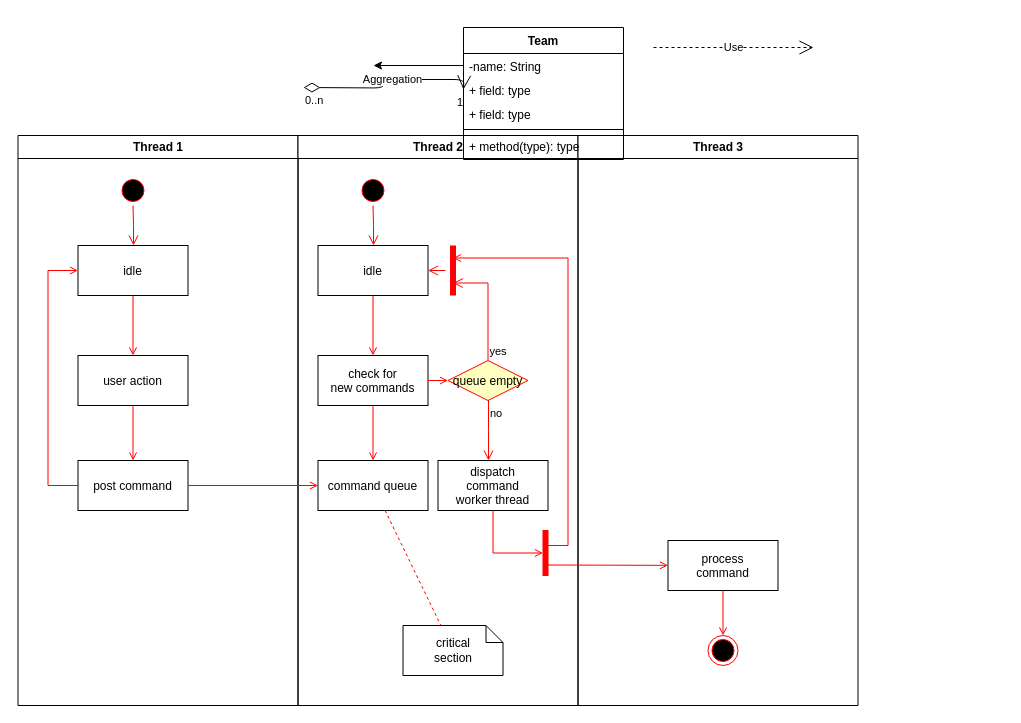
Earlier version of the draw.io diagram first.drawio (Roman-Polovtsev/Superleage). Source tidied: cells renumbered, new cells numbered last; positions are measured from the earlier drawing's top-left corner, leaving out a move shared by most shapes. Both pictures are drawn from the tidied source at 100%, with x=0, y=0 at pixel (17, 27).
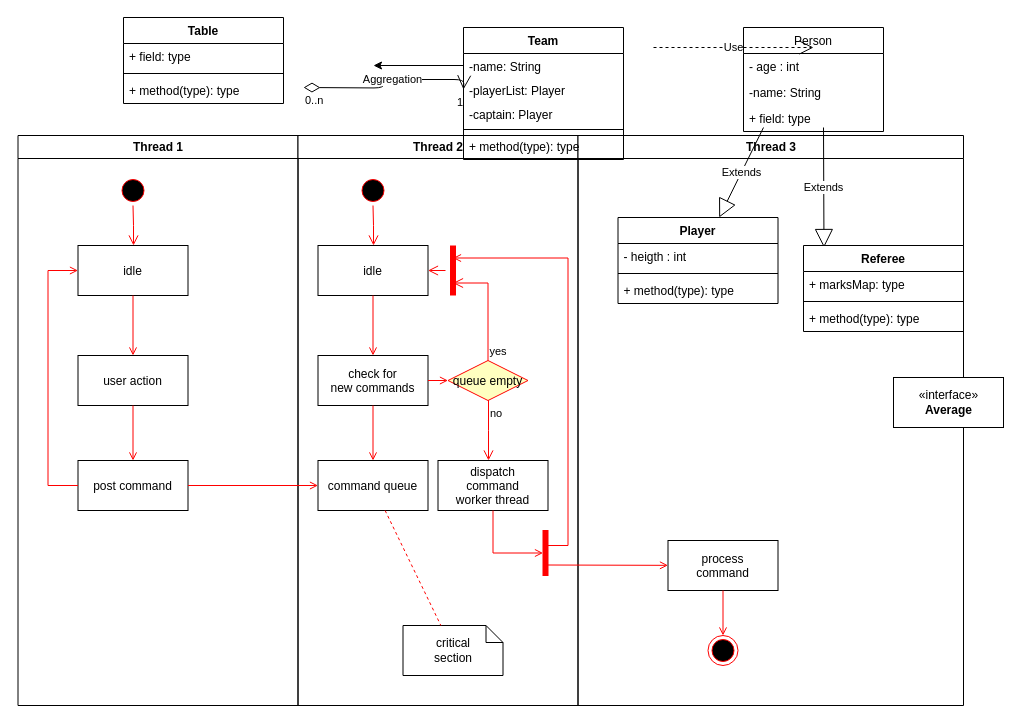
The same page after the edit.

Commit message:
Added new classes and interface

The change refers to these unchanged cells:
```xml
<mxCell id="37" value="Team" style="swimlane;fontStyle=1;align=center;verticalAlign=top;horizontal=1;startSize=26;" parent="1" vertex="1">
  <mxGeometry x="446" width="160" height="132" as="geometry" />
</mxCell>
```

Diff of the diagram source:
```diff
@@
     <mxCell id="30" value="Thread 3" style="swimlane;whiteSpace=wrap;" parent="1" vertex="1">
-      <mxGeometry x="560.5" y="108" width="280" height="570" as="geometry" />
+      <mxGeometry x="560.5" y="108" width="385.5" height="570" as="geometry" />
     </mxCell>
@@
+    <mxCell id="48" value="Extends" style="endArrow=block;endSize=16;endFill=0;html=1;" parent="30" edge="1" target="49">
+      <mxGeometry relative="1" as="geometry">
+        <mxPoint x="185.5" y="-8" as="sourcePoint" />
+      </mxGeometry>
+    </mxCell>
+    <mxCell id="49" value="Player" style="swimlane;fontStyle=1;align=center;verticalAlign=top;horizontal=1;startSize=26;" parent="30" vertex="1">
+      <mxGeometry x="40" y="82" width="160" height="86" as="geometry" />
+    </mxCell>
+    <mxCell id="50" value="- heigth : int" style="text;strokeColor=none;fillColor=none;align=left;verticalAlign=top;spacingLeft=4;spacingRight=4;overflow=hidden;" parent="49" vertex="1">
+      <mxGeometry y="26" width="160" height="26" as="geometry" />
+    </mxCell>
+    <mxCell id="51" style="line;strokeWidth=1;fillColor=none;align=left;verticalAlign=middle;spacingTop=-1;spacingLeft=3;spacingRight=3;labelPosition=right;" parent="49" vertex="1">
+      <mxGeometry y="52" width="160" height="8" as="geometry" />
+    </mxCell>
+    <mxCell id="52" value="+ method(type): type" style="text;strokeColor=none;fillColor=none;align=left;verticalAlign=top;spacingLeft=4;spacingRight=4;overflow=hidden;" parent="49" vertex="1">
+      <mxGeometry y="60" width="160" height="26" as="geometry" />
+    </mxCell>
+    <mxCell id="53" value="Extends" style="endArrow=block;endSize=16;endFill=0;html=1;" parent="30" edge="1">
+      <mxGeometry relative="1" as="geometry">
+        <mxPoint x="245.5" y="-8" as="sourcePoint" />
+        <mxPoint x="246" y="112" as="targetPoint" />
+      </mxGeometry>
+    </mxCell>
+    <mxCell id="54" value="Referee" style="swimlane;fontStyle=1;align=center;verticalAlign=top;horizontal=1;startSize=26;" parent="30" vertex="1">
+      <mxGeometry x="225.5" y="110" width="160" height="86" as="geometry" />
+    </mxCell>
+    <mxCell id="55" value="+ marksMap: type" style="text;strokeColor=none;fillColor=none;align=left;verticalAlign=top;spacingLeft=4;spacingRight=4;overflow=hidden;" parent="54" vertex="1">
+      <mxGeometry y="26" width="160" height="26" as="geometry" />
+    </mxCell>
+    <mxCell id="56" style="line;strokeWidth=1;fillColor=none;align=left;verticalAlign=middle;spacingTop=-1;spacingLeft=3;spacingRight=3;labelPosition=right;" parent="54" vertex="1">
+      <mxGeometry y="52" width="160" height="8" as="geometry" />
+    </mxCell>
+    <mxCell id="57" value="+ method(type): type" style="text;strokeColor=none;fillColor=none;align=left;verticalAlign=top;spacingLeft=4;spacingRight=4;overflow=hidden;" parent="54" vertex="1">
+      <mxGeometry y="60" width="160" height="26" as="geometry" />
+    </mxCell>
@@
-    <mxCell id="39" value="+ field: type" style="text;strokeColor=none;fillColor=none;align=left;verticalAlign=top;spacingLeft=4;spacingRight=4;overflow=hidden;" parent="37" vertex="1">
+    <mxCell id="39" value="-playerList: Player" style="text;strokeColor=none;fillColor=none;align=left;verticalAlign=top;spacingLeft=4;spacingRight=4;overflow=hidden;" parent="37" vertex="1">
       <mxGeometry y="50" width="160" height="24" as="geometry" />
     </mxCell>
-    <mxCell id="40" value="+ field: type" style="text;strokeColor=none;fillColor=none;align=left;verticalAlign=top;spacingLeft=4;spacingRight=4;overflow=hidden;" parent="37" vertex="1">
+    <mxCell id="40" value="-captain: Player" style="text;strokeColor=none;fillColor=none;align=left;verticalAlign=top;spacingLeft=4;spacingRight=4;overflow=hidden;" parent="37" vertex="1">
       <mxGeometry y="74" width="160" height="24" as="geometry" />
     </mxCell>
@@
+    <mxCell id="58" value="Table" style="swimlane;fontStyle=1;align=center;verticalAlign=top;horizontal=1;startSize=26;" parent="1" vertex="1">
+      <mxGeometry x="106" y="-10" width="160" height="86" as="geometry" />
+    </mxCell>
+    <mxCell id="59" value="+ field: type" style="text;strokeColor=none;fillColor=none;align=left;verticalAlign=top;spacingLeft=4;spacingRight=4;overflow=hidden;" parent="58" vertex="1">
+      <mxGeometry y="26" width="160" height="26" as="geometry" />
+    </mxCell>
+    <mxCell id="60" style="line;strokeWidth=1;fillColor=none;align=left;verticalAlign=middle;spacingTop=-1;spacingLeft=3;spacingRight=3;labelPosition=right;" parent="58" vertex="1">
+      <mxGeometry y="52" width="160" height="8" as="geometry" />
+    </mxCell>
+    <mxCell id="61" value="+ method(type): type" style="text;strokeColor=none;fillColor=none;align=left;verticalAlign=top;spacingLeft=4;spacingRight=4;overflow=hidden;" parent="58" vertex="1">
+      <mxGeometry y="60" width="160" height="26" as="geometry" />
+    </mxCell>
+    <mxCell id="62" value="Person" style="swimlane;fontStyle=0;horizontal=1;startSize=26;fillColor=none;" parent="1" vertex="1">
+      <mxGeometry x="726" width="140" height="104" as="geometry" />
+    </mxCell>
+    <mxCell id="63" value="- age : int" style="text;strokeColor=none;fillColor=none;align=left;verticalAlign=top;spacingLeft=4;spacingRight=4;overflow=hidden;" parent="62" vertex="1">
+      <mxGeometry y="26" width="140" height="26" as="geometry" />
+    </mxCell>
+    <mxCell id="64" value="-name: String" style="text;strokeColor=none;fillColor=none;align=left;verticalAlign=top;spacingLeft=4;spacingRight=4;overflow=hidden;" parent="62" vertex="1">
+      <mxGeometry y="52" width="140" height="26" as="geometry" />
+    </mxCell>
+    <mxCell id="65" value="+ field: type" style="text;strokeColor=none;fillColor=none;align=left;verticalAlign=top;spacingLeft=4;spacingRight=4;overflow=hidden;" parent="62" vertex="1">
+      <mxGeometry y="78" width="140" height="26" as="geometry" />
+    </mxCell>
+    <mxCell id="66" value="«interface»&lt;br&gt;&lt;b&gt;Average&lt;/b&gt;" style="html=1;" parent="1" vertex="1">
+      <mxGeometry x="876" y="350" width="110" height="50" as="geometry" />
+    </mxCell>
```
